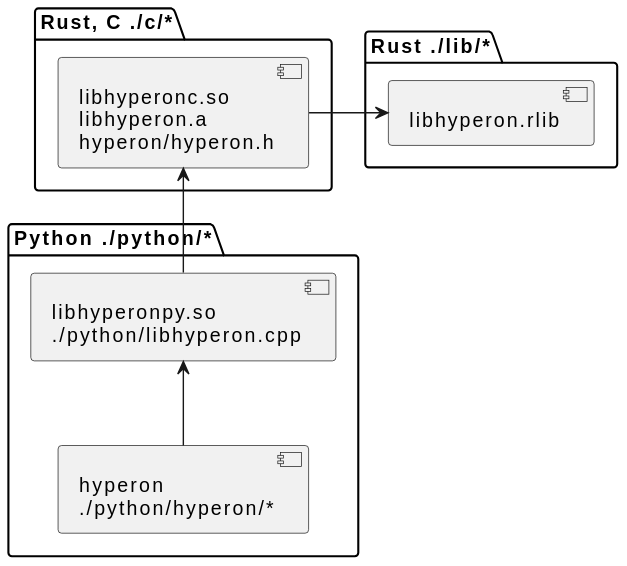
Before: docs/assets/structure.svg, a diagram exported from PlantUML (trueagi-io/hyperon-experimental).
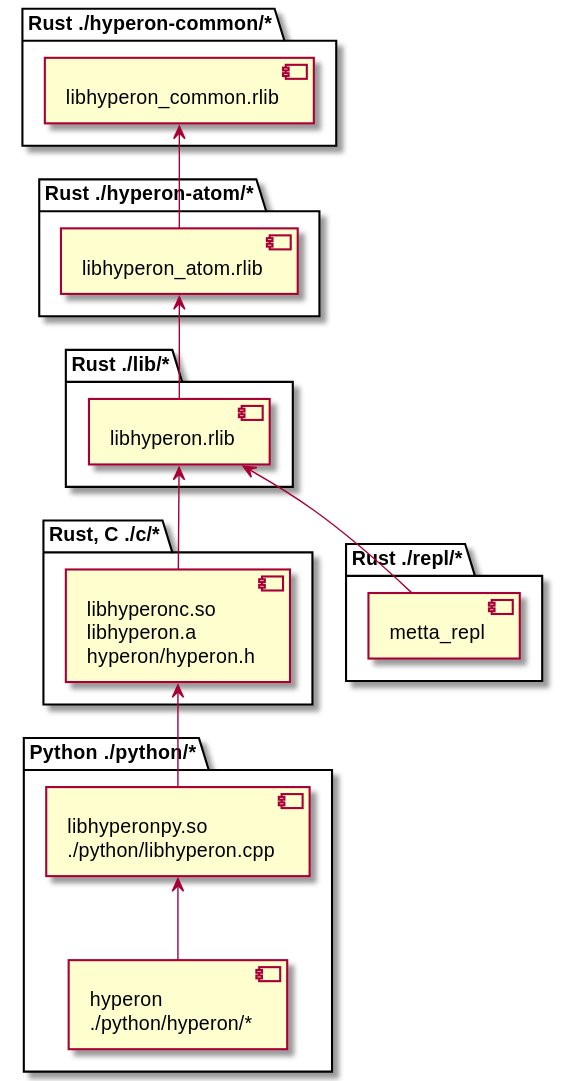
Above is the later version.

Commit message:
Add new crates into README.md and on the package diagram

Diff of the diagram source:
```diff
@@ -1,4 +1,12 @@
 @startuml
+package "Rust ./hyperon-common/*" {
+  [libhyperon_common.rlib] as libhyperon_common
+}
+
+package "Rust ./hyperon-atom/*" {
+  [libhyperon_atom.rlib] as libhyperon_atom
+}
+
 package "Rust ./lib/*" {
   [libhyperon.rlib] as libhyperon
 }
@@ -12,7 +20,14 @@
   [hyperon\n./python/hyperon/*] as hyperonpy
 }
 
-libhyperonc -> libhyperon
+package "Rust ./repl/*" {
+  [metta_repl] as metta_repl
+}
+
+libhyperon_atom -u-> libhyperon_common
+libhyperon -u-> libhyperon_atom
+libhyperonc -u-> libhyperon
 libhyperonpy -u-> libhyperonc
 hyperonpy -u-> libhyperonpy
+metta_repl -u-> libhyperon
 @enduml
```
